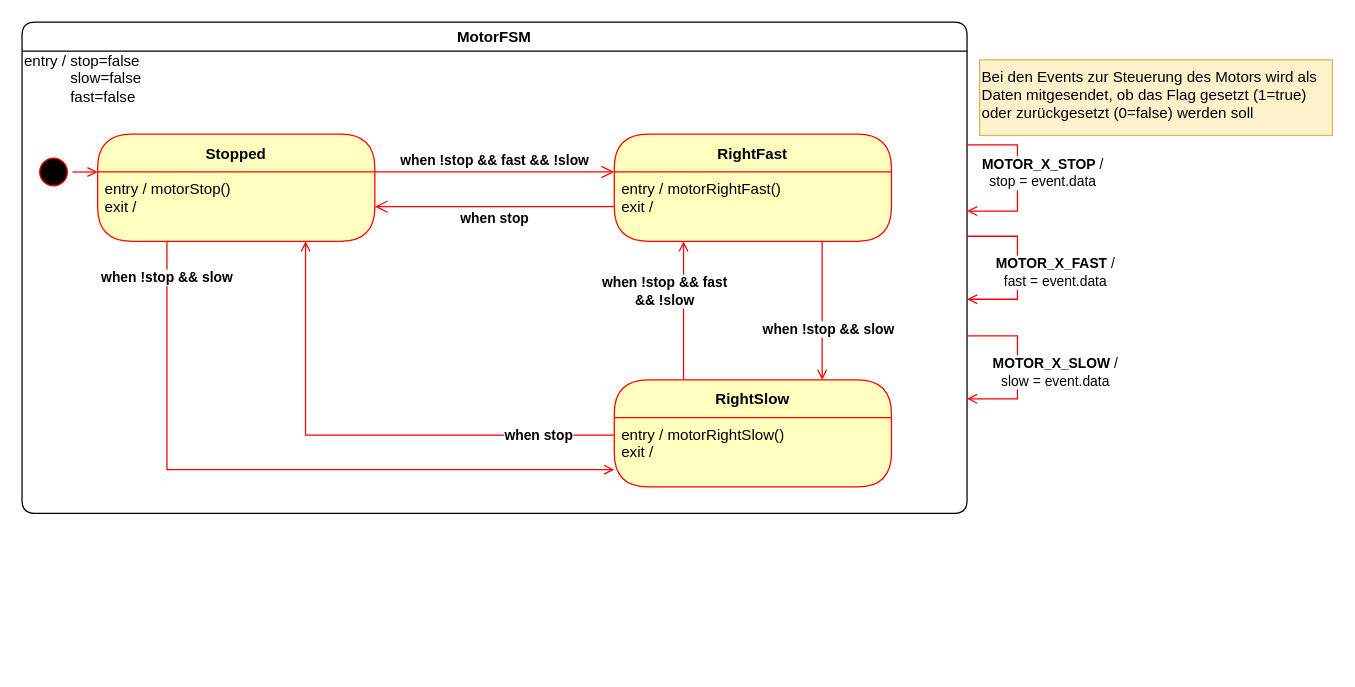
u2knwy/ESEP-2023SoSe-Team-2-1 keeps this draw.io diagram as page "motor" (3 of 7) of docs/diagrams/fsm/state_machines.drawio. Above is the earlier version. Source tidied: cells renumbered, new cells numbered last; positions are measured from the earlier drawing's top-left corner, leaving out a move shared by most shapes. Both pictures are drawn from the tidied source at 126%, with x=0, y=0 at pixel (21, 21).
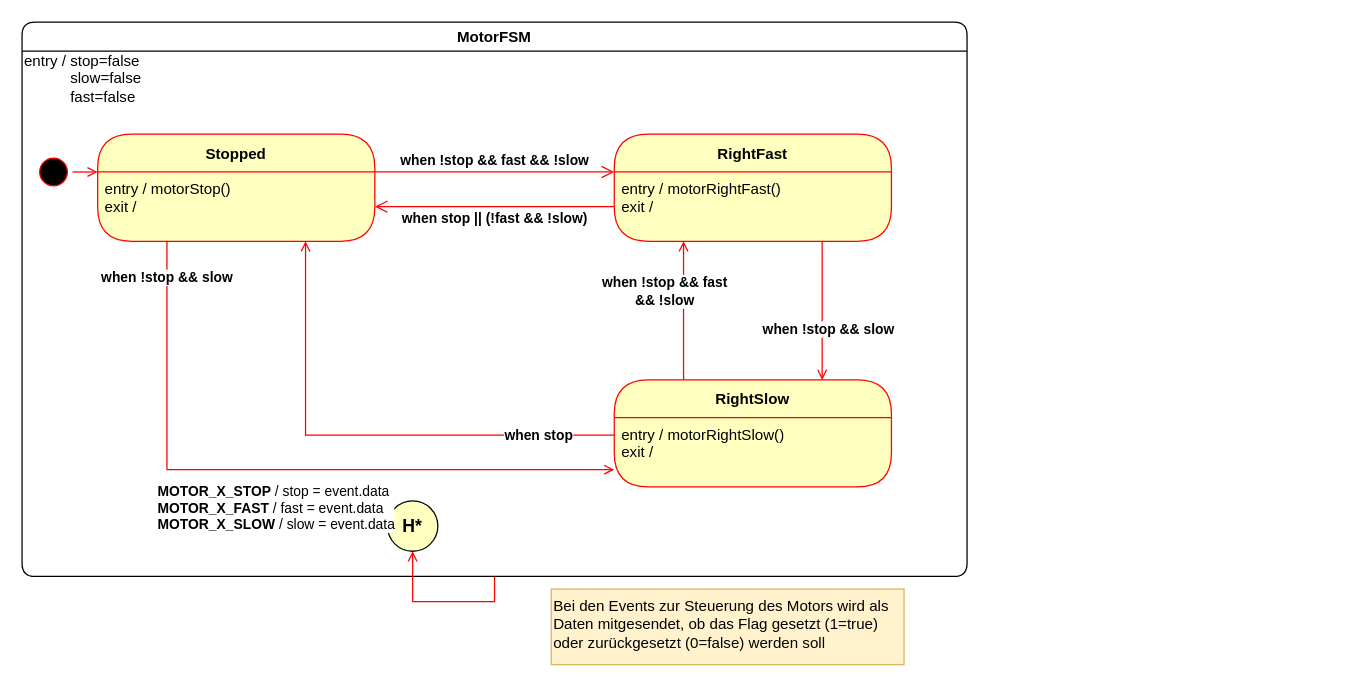
Above is the later version.

The change refers to these unchanged cells:
```xml
<mxCell id="4" value="&lt;div style=&quot;&quot;&gt;entry / motorStop()&lt;/div&gt;exit /" style="text;html=1;strokeColor=none;fillColor=none;align=left;verticalAlign=top;spacingLeft=4;spacingRight=4;whiteSpace=wrap;overflow=hidden;fontColor=#000000;" parent="3" vertex="1">
  <mxGeometry y="30" width="220" height="55" as="geometry" />
</mxCell>
<mxCell id="9" value="entry / motorRightFast()&lt;br&gt;exit /" style="text;html=1;strokeColor=none;fillColor=none;align=left;verticalAlign=top;spacingLeft=4;spacingRight=4;whiteSpace=wrap;overflow=hidden;fontColor=#000000;" parent="8" vertex="1">
  <mxGeometry y="30" width="220" height="55" as="geometry" />
</mxCell>
```

Diff of the diagram source:
```diff
@@
     <mxCell id="2" value="MotorFSM" style="swimlane;rounded=1;fillColor=none;startSize=23;" parent="1" vertex="1">
-      <mxGeometry width="750" height="390" as="geometry" />
+      <mxGeometry width="750" height="440" as="geometry" />
     </mxCell>
@@
-    <mxCell id="11" value="when stop" style="edgeStyle=orthogonalEdgeStyle;html=1;verticalAlign=bottom;endArrow=open;endSize=8;strokeColor=#ff0000;rounded=0;entryX=1;entryY=0.5;entryDx=0;entryDy=0;exitX=0;exitY=0.5;exitDx=0;exitDy=0;fontStyle=1;" parent="2" edge="1" source="9" target="4">
+    <mxCell id="11" value="when stop || (!fast &amp;amp;&amp;amp; !slow)" style="edgeStyle=orthogonalEdgeStyle;html=1;verticalAlign=bottom;endArrow=open;endSize=8;strokeColor=#ff0000;rounded=0;entryX=1;entryY=0.5;entryDx=0;entryDy=0;exitX=0;exitY=0.5;exitDx=0;exitDy=0;fontStyle=1;" parent="2" edge="1" source="9" target="4">
       <mxGeometry y="18" relative="1" as="geometry" />
     </mxCell>
@@
-    <mxCell id="18" value="&lt;b&gt;MOTOR_X_STOP&lt;/b&gt; / &lt;br&gt;stop = event.data" style="edgeStyle=orthogonalEdgeStyle;rounded=0;jettySize=auto;html=1;exitX=1;exitY=0.25;exitDx=0;exitDy=0;strokeColor=#FF0000;endArrow=open;endFill=0;" parent="1" edge="1" source="2">
-      <mxGeometry x="-0.06" y="20" relative="1" as="geometry">
-        <mxPoint x="750" y="150" as="targetPoint" />
-        <Array as="points">
-          <mxPoint x="790" y="97" />
-          <mxPoint x="790" y="150" />
-          <mxPoint x="750" y="150" />
-        </Array>
-      </mxGeometry>
-    </mxCell>
-    <mxCell id="19" value="&lt;b&gt;MOTOR_X_FAST&lt;/b&gt; / &lt;br&gt;fast = event.data" style="edgeStyle=orthogonalEdgeStyle;rounded=0;orthogonalLoop=1;jettySize=auto;html=1;exitX=1;exitY=0.25;exitDx=0;exitDy=0;strokeColor=#FF0000;endArrow=open;endFill=0;" parent="1" edge="1">
-      <mxGeometry x="0.06" y="30" relative="1" as="geometry">
-        <mxPoint x="750" y="170" as="sourcePoint" />
-        <mxPoint x="750" y="220" as="targetPoint" />
-        <Array as="points">
-          <mxPoint x="790" y="170" />
-          <mxPoint x="790" y="220" />
-        </Array>
-      </mxGeometry>
-    </mxCell>
-    <mxCell id="20" value="&lt;b&gt;MOTOR_X_SLOW&lt;/b&gt; / &lt;br&gt;slow = event.data" style="edgeStyle=orthogonalEdgeStyle;rounded=0;orthogonalLoop=1;jettySize=auto;html=1;exitX=1;exitY=0.25;exitDx=0;exitDy=0;strokeColor=#FF0000;endArrow=open;endFill=0;" parent="1" edge="1">
-      <mxGeometry x="0.06" y="30" relative="1" as="geometry">
-        <mxPoint x="750" y="249" as="sourcePoint" />
-        <mxPoint x="750" y="299" as="targetPoint" />
-        <Array as="points">
-          <mxPoint x="790" y="249" />
-          <mxPoint x="790" y="299" />
-        </Array>
-      </mxGeometry>
-    </mxCell>
+    <mxCell id="22" value="H*" style="ellipse;whiteSpace=wrap;html=1;rounded=1;fillColor=#FFFFC0;fontStyle=1;fontSize=14;" parent="2" vertex="1">
+      <mxGeometry x="290" y="380" width="40" height="40" as="geometry" />
+    </mxCell>
+    <mxCell id="23" value="&lt;b style=&quot;border-color: var(--border-color);&quot;&gt;MOTOR_X_STOP&lt;/b&gt;&amp;nbsp;/ stop = event.data&lt;br&gt;&lt;b style=&quot;border-color: var(--border-color);&quot;&gt;MOTOR_X_FAST&lt;/b&gt;&amp;nbsp;/ fast = event.data&lt;br&gt;&lt;b style=&quot;border-color: var(--border-color);&quot;&gt;MOTOR_X_SLOW&lt;/b&gt;&amp;nbsp;/ slow&amp;nbsp;= event.data" style="edgeStyle=orthogonalEdgeStyle;rounded=0;jettySize=auto;html=1;exitX=0.5;exitY=1;exitDx=0;exitDy=0;entryX=0.5;entryY=1;entryDx=0;entryDy=0;strokeColor=#FF0000;endArrow=open;endFill=0;align=left;" parent="2" edge="1" source="2" target="22">
+      <mxGeometry x="0.36" y="104" relative="1" as="geometry">
+        <mxPoint x="-100" y="-74" as="offset" />
+      </mxGeometry>
+    </mxCell>
     <mxCell id="21" value="Bei den Events zur Steuerung des Motors wird als Daten mitgesendet, ob das Flag gesetzt (1=true) oder zurückgesetzt (0=false) werden soll" style="text;html=1;strokeColor=#d6b656;fillColor=#fff2cc;align=left;verticalAlign=top;whiteSpace=wrap;rounded=0;" parent="1" vertex="1">
-      <mxGeometry x="760" y="30" width="280" height="60" as="geometry" />
+      <mxGeometry x="420" y="450" width="280" height="60" as="geometry" />
     </mxCell>
```
